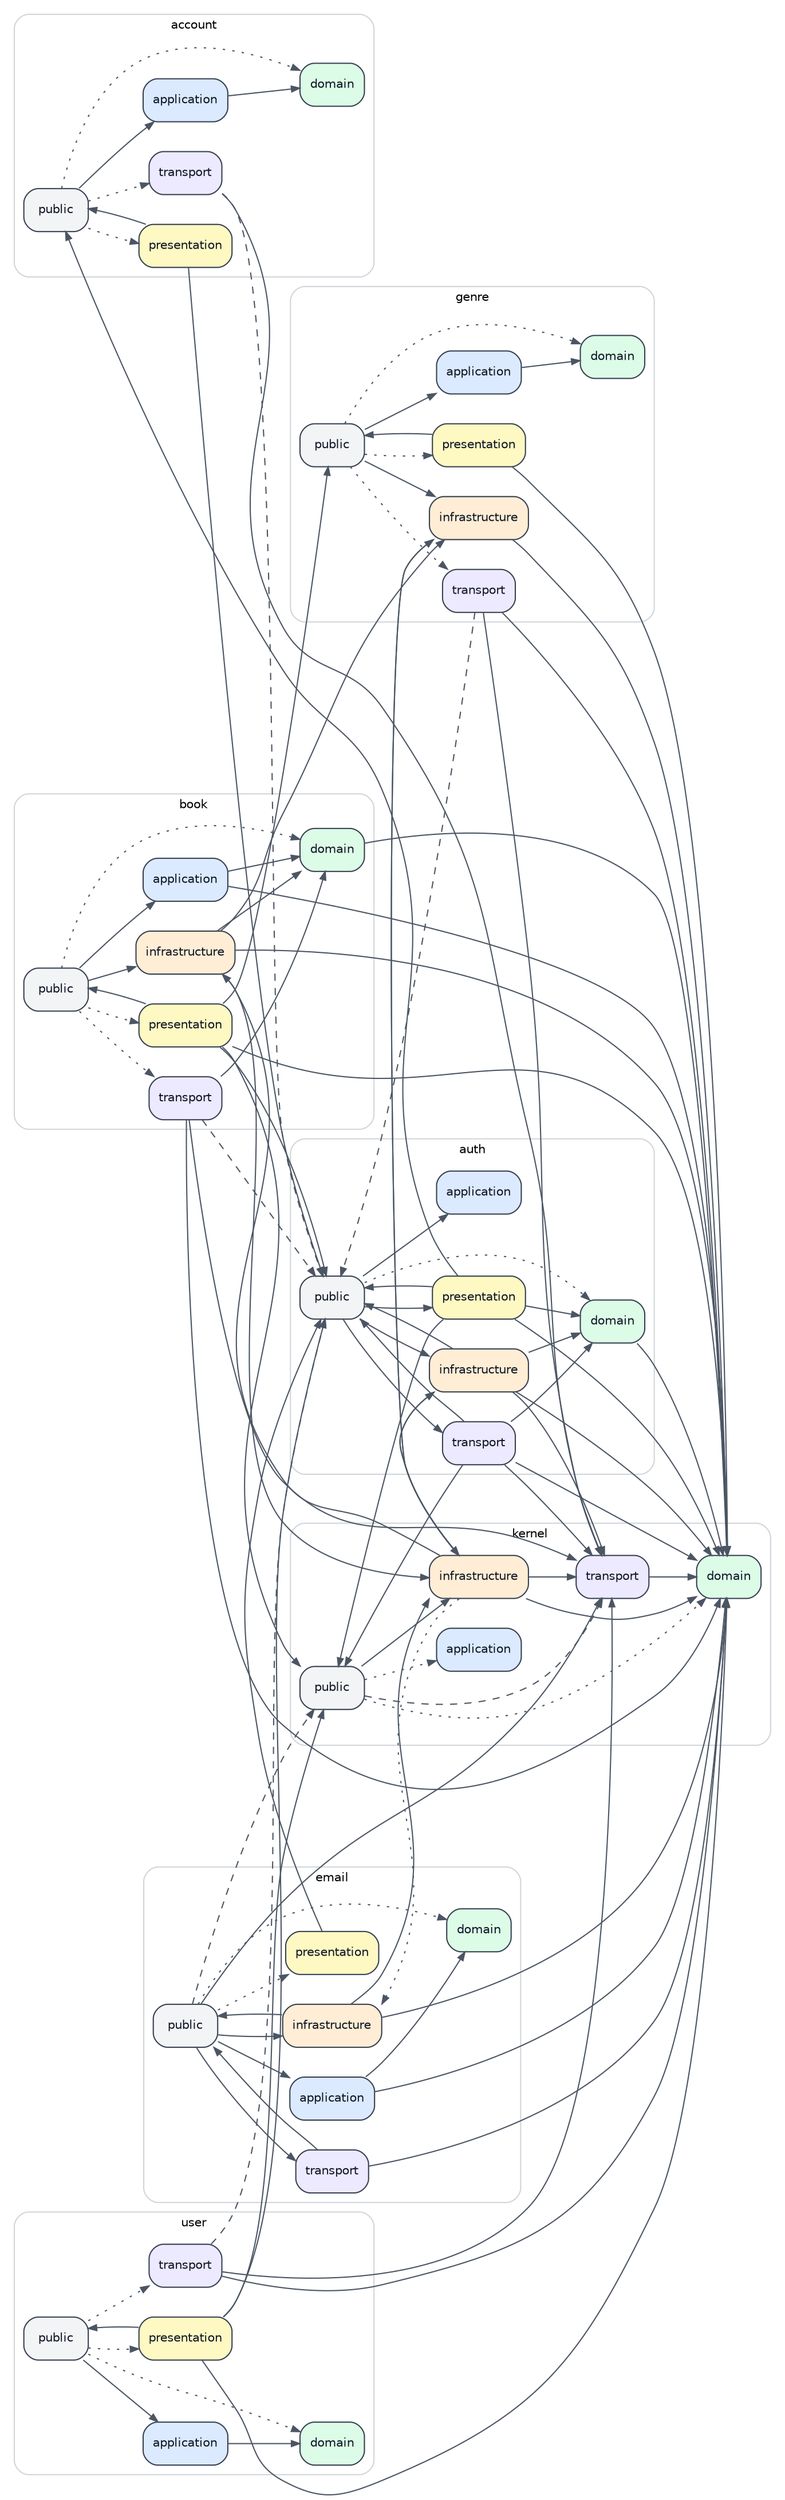
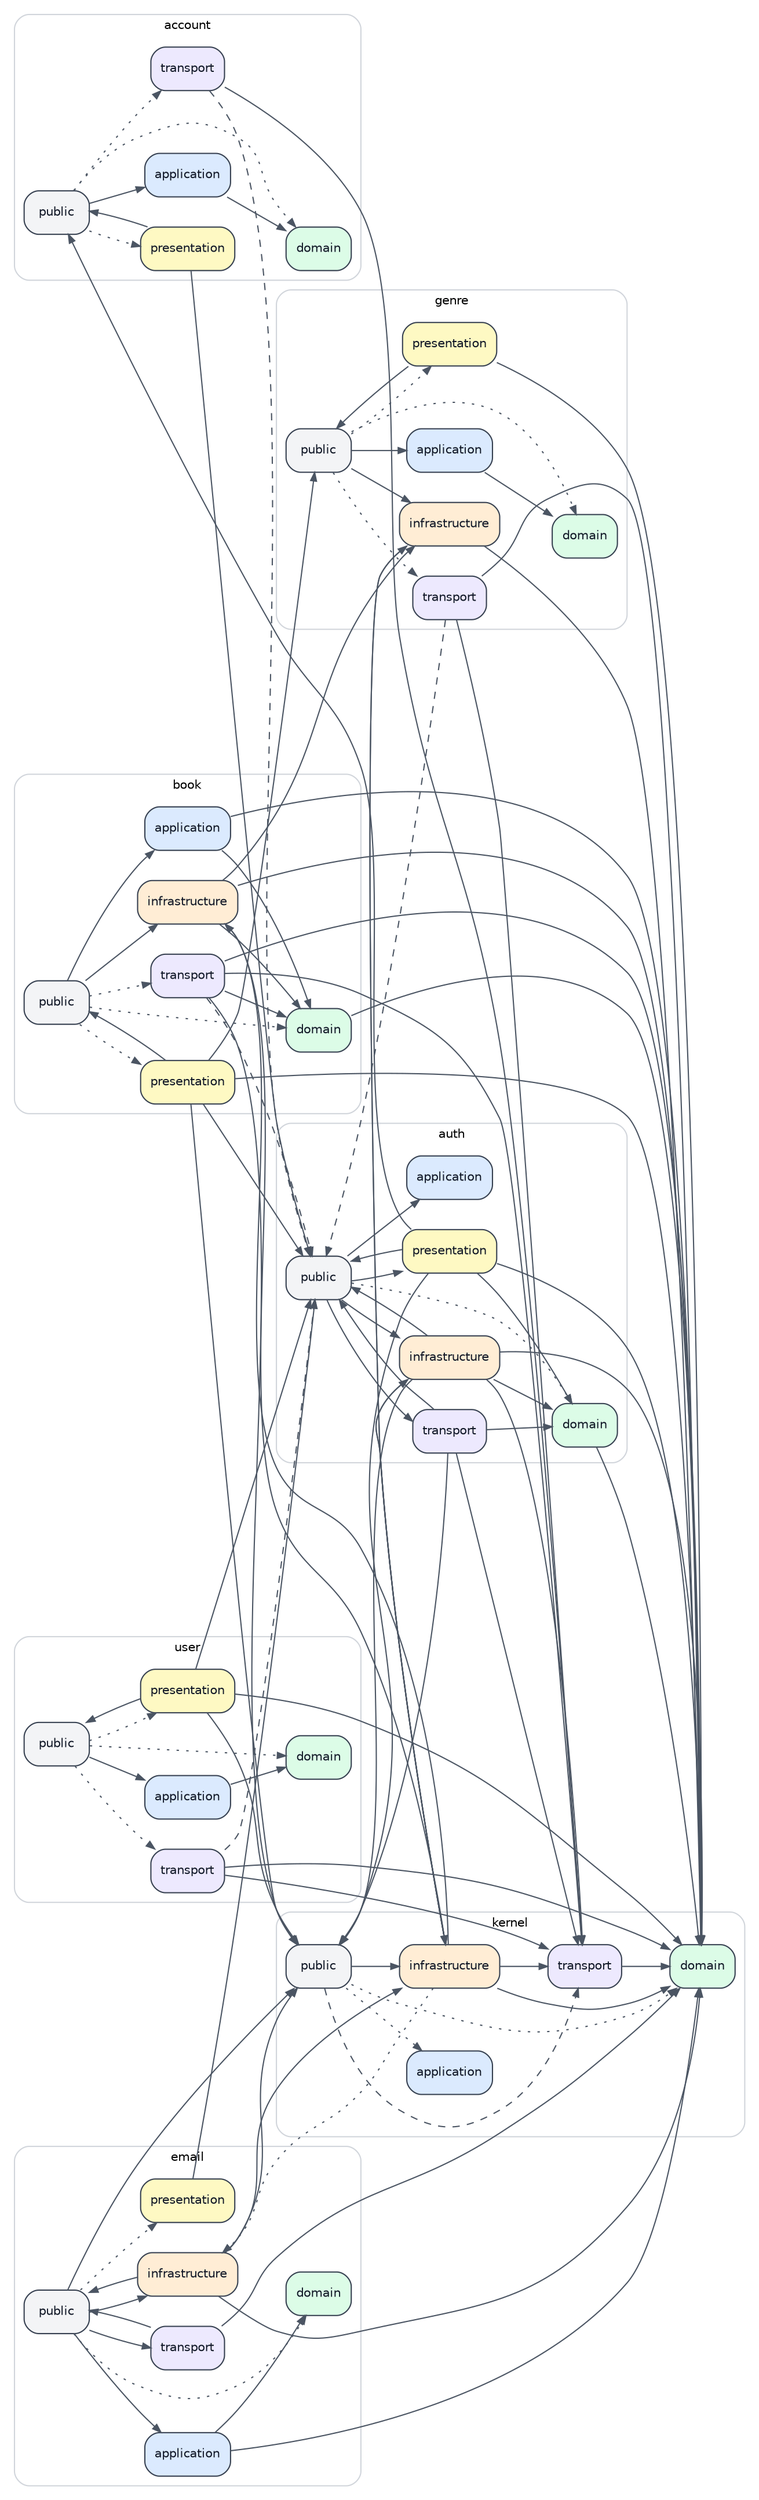
digraph ModuleLayerDependencies {
  graph [rankdir="LR", compound="true", fontname="Helvetica", fontsize="10", nodesep="0.35", ranksep="0.55"];
  node [shape="box", style="rounded,filled", fontname="Helvetica", fontsize="10", color="#374151", fontcolor="#111827"];
  edge [arrowsize="0.7", color="#4b5563", fontname="Helvetica", fontsize="9"];

  subgraph cluster_account {
    label="account";
    color="#d1d5db";
    style="rounded";
    "account/public" [label="public", fillcolor="#f3f4f6"];
    "account/application" [label="application", fillcolor="#dbeafe"];
    "account/domain" [label="domain", fillcolor="#dcfce7"];
    "account/presentation" [label="presentation", fillcolor="#fef9c3"];
    "account/transport" [label="transport", fillcolor="#ede9fe"];
  }

  subgraph cluster_auth {
    label="auth";
    color="#d1d5db";
    style="rounded";
    "auth/public" [label="public", fillcolor="#f3f4f6"];
    "auth/application" [label="application", fillcolor="#dbeafe"];
    "auth/domain" [label="domain", fillcolor="#dcfce7"];
    "auth/infrastructure" [label="infrastructure", fillcolor="#ffedd5"];
    "auth/presentation" [label="presentation", fillcolor="#fef9c3"];
    "auth/transport" [label="transport", fillcolor="#ede9fe"];
  }

  subgraph cluster_book {
    label="book";
    color="#d1d5db";
    style="rounded";
    "book/public" [label="public", fillcolor="#f3f4f6"];
    "book/application" [label="application", fillcolor="#dbeafe"];
    "book/domain" [label="domain", fillcolor="#dcfce7"];
    "book/infrastructure" [label="infrastructure", fillcolor="#ffedd5"];
    "book/presentation" [label="presentation", fillcolor="#fef9c3"];
    "book/transport" [label="transport", fillcolor="#ede9fe"];
  }

  subgraph cluster_email {
    label="email";
    color="#d1d5db";
    style="rounded";
    "email/public" [label="public", fillcolor="#f3f4f6"];
    "email/application" [label="application", fillcolor="#dbeafe"];
    "email/domain" [label="domain", fillcolor="#dcfce7"];
    "email/infrastructure" [label="infrastructure", fillcolor="#ffedd5"];
    "email/presentation" [label="presentation", fillcolor="#fef9c3"];
    "email/transport" [label="transport", fillcolor="#ede9fe"];
  }

  subgraph cluster_genre {
    label="genre";
    color="#d1d5db";
    style="rounded";
    "genre/public" [label="public", fillcolor="#f3f4f6"];
    "genre/application" [label="application", fillcolor="#dbeafe"];
    "genre/domain" [label="domain", fillcolor="#dcfce7"];
    "genre/infrastructure" [label="infrastructure", fillcolor="#ffedd5"];
    "genre/presentation" [label="presentation", fillcolor="#fef9c3"];
    "genre/transport" [label="transport", fillcolor="#ede9fe"];
  }

  subgraph cluster_kernel {
    label="kernel";
    color="#d1d5db";
    style="rounded";
    "kernel/public" [label="public", fillcolor="#f3f4f6"];
    "kernel/application" [label="application", fillcolor="#dbeafe"];
    "kernel/domain" [label="domain", fillcolor="#dcfce7"];
    "kernel/infrastructure" [label="infrastructure", fillcolor="#ffedd5"];
    "kernel/transport" [label="transport", fillcolor="#ede9fe"];
  }

  subgraph cluster_user {
    label="user";
    color="#d1d5db";
    style="rounded";
    "user/public" [label="public", fillcolor="#f3f4f6"];
    "user/application" [label="application", fillcolor="#dbeafe"];
    "user/domain" [label="domain", fillcolor="#dcfce7"];
    "user/presentation" [label="presentation", fillcolor="#fef9c3"];
    "user/transport" [label="transport", fillcolor="#ede9fe"];
  }

  "account/application" -> "account/domain" [style="solid"];
  "account/presentation" -> "account/public" [style="solid"];
  "account/presentation" -> "auth/public" [style="solid"];
  "account/public" -> "account/application" [style="solid"];
  "account/public" -> "account/domain" [style="dotted"];
  "account/public" -> "account/presentation" [style="dotted"];
  "account/public" -> "account/transport" [style="dotted"];
  "account/transport" -> "auth/public" [style="dashed"];
  "account/transport" -> "kernel/transport" [style="solid"];
  "auth/domain" -> "kernel/domain" [style="solid"];
  "auth/infrastructure" -> "auth/domain" [style="solid"];
  "auth/infrastructure" -> "auth/public" [style="solid"];
  "auth/infrastructure" -> "kernel/domain" [style="solid"];
  "auth/infrastructure" -> "kernel/infrastructure" [style="solid"];
+   "auth/infrastructure" -> "kernel/public" [style="solid"];
  "auth/infrastructure" -> "kernel/transport" [style="solid"];
  "auth/presentation" -> "account/public" [style="solid"];
  "auth/presentation" -> "auth/domain" [style="solid"];
  "auth/presentation" -> "auth/public" [style="solid"];
  "auth/presentation" -> "kernel/domain" [style="solid"];
  "auth/presentation" -> "kernel/public" [style="solid"];
  "auth/public" -> "auth/application" [style="solid"];
  "auth/public" -> "auth/domain" [style="dotted"];
  "auth/public" -> "auth/infrastructure" [style="solid"];
  "auth/public" -> "auth/presentation" [style="solid"];
  "auth/public" -> "auth/transport" [style="solid"];
  "auth/transport" -> "auth/domain" [style="solid"];
  "auth/transport" -> "auth/public" [style="solid"];
-   "auth/transport" -> "kernel/domain" [style="solid"];
  "auth/transport" -> "kernel/public" [style="solid"];
  "auth/transport" -> "kernel/transport" [style="solid"];
  "book/application" -> "book/domain" [style="solid"];
  "book/application" -> "kernel/domain" [style="solid"];
  "book/domain" -> "kernel/domain" [style="solid"];
  "book/infrastructure" -> "book/domain" [style="solid"];
  "book/infrastructure" -> "genre/infrastructure" [style="solid"];
  "book/infrastructure" -> "kernel/domain" [style="solid"];
  "book/infrastructure" -> "kernel/infrastructure" [style="solid"];
  "book/presentation" -> "auth/public" [style="solid"];
  "book/presentation" -> "book/public" [style="solid"];
  "book/presentation" -> "genre/public" [style="solid"];
  "book/presentation" -> "kernel/domain" [style="solid"];
  "book/presentation" -> "kernel/public" [style="solid"];
  "book/public" -> "book/application" [style="solid"];
  "book/public" -> "book/domain" [style="dotted"];
  "book/public" -> "book/infrastructure" [style="solid"];
  "book/public" -> "book/presentation" [style="dotted"];
  "book/public" -> "book/transport" [style="dotted"];
  "book/transport" -> "auth/public" [style="dashed"];
  "book/transport" -> "book/domain" [style="solid"];
  "book/transport" -> "kernel/domain" [style="solid"];
+   "book/transport" -> "kernel/public" [style="solid"];
  "book/transport" -> "kernel/transport" [style="solid"];
  "email/application" -> "email/domain" [style="solid"];
  "email/application" -> "kernel/domain" [style="solid"];
  "email/infrastructure" -> "email/public" [style="solid"];
  "email/infrastructure" -> "kernel/domain" [style="solid"];
  "email/infrastructure" -> "kernel/infrastructure" [style="solid"];
+   "email/infrastructure" -> "kernel/public" [style="solid"];
  "email/presentation" -> "auth/public" [style="solid"];
  "email/public" -> "email/application" [style="solid"];
  "email/public" -> "email/domain" [style="dotted"];
  "email/public" -> "email/infrastructure" [style="solid"];
  "email/public" -> "email/presentation" [style="dotted"];
  "email/public" -> "email/transport" [style="solid"];
-   "email/public" -> "kernel/public" [style="dashed"];
-   "email/public" -> "kernel/transport" [style="solid"];
+   "email/public" -> "kernel/public" [style="solid"];
  "email/transport" -> "email/public" [style="solid"];
  "email/transport" -> "kernel/domain" [style="solid"];
  "genre/application" -> "genre/domain" [style="solid"];
  "genre/infrastructure" -> "kernel/domain" [style="solid"];
  "genre/infrastructure" -> "kernel/infrastructure" [style="solid"];
  "genre/presentation" -> "genre/public" [style="solid"];
  "genre/presentation" -> "kernel/domain" [style="solid"];
  "genre/public" -> "genre/application" [style="solid"];
  "genre/public" -> "genre/domain" [style="dotted"];
  "genre/public" -> "genre/infrastructure" [style="solid"];
  "genre/public" -> "genre/presentation" [style="dotted"];
  "genre/public" -> "genre/transport" [style="dotted"];
  "genre/transport" -> "auth/public" [style="dashed"];
  "genre/transport" -> "kernel/domain" [style="solid"];
  "genre/transport" -> "kernel/transport" [style="solid"];
  "kernel/infrastructure" -> "auth/infrastructure" [style="solid"];
  "kernel/infrastructure" -> "book/infrastructure" [style="solid"];
  "kernel/infrastructure" -> "email/infrastructure" [style="dotted"];
  "kernel/infrastructure" -> "genre/infrastructure" [style="solid"];
  "kernel/infrastructure" -> "kernel/domain" [style="solid"];
  "kernel/infrastructure" -> "kernel/transport" [style="solid"];
  "kernel/public" -> "kernel/application" [style="dotted"];
  "kernel/public" -> "kernel/domain" [style="dotted"];
  "kernel/public" -> "kernel/infrastructure" [style="solid"];
  "kernel/public" -> "kernel/transport" [style="dashed"];
  "kernel/transport" -> "kernel/domain" [style="solid"];
  "user/application" -> "user/domain" [style="solid"];
  "user/presentation" -> "auth/public" [style="solid"];
  "user/presentation" -> "kernel/domain" [style="solid"];
  "user/presentation" -> "kernel/public" [style="solid"];
  "user/presentation" -> "user/public" [style="solid"];
  "user/public" -> "user/application" [style="solid"];
  "user/public" -> "user/domain" [style="dotted"];
  "user/public" -> "user/presentation" [style="dotted"];
  "user/public" -> "user/transport" [style="dotted"];
  "user/transport" -> "auth/public" [style="dashed"];
  "user/transport" -> "kernel/domain" [style="solid"];
  "user/transport" -> "kernel/transport" [style="solid"];
}
